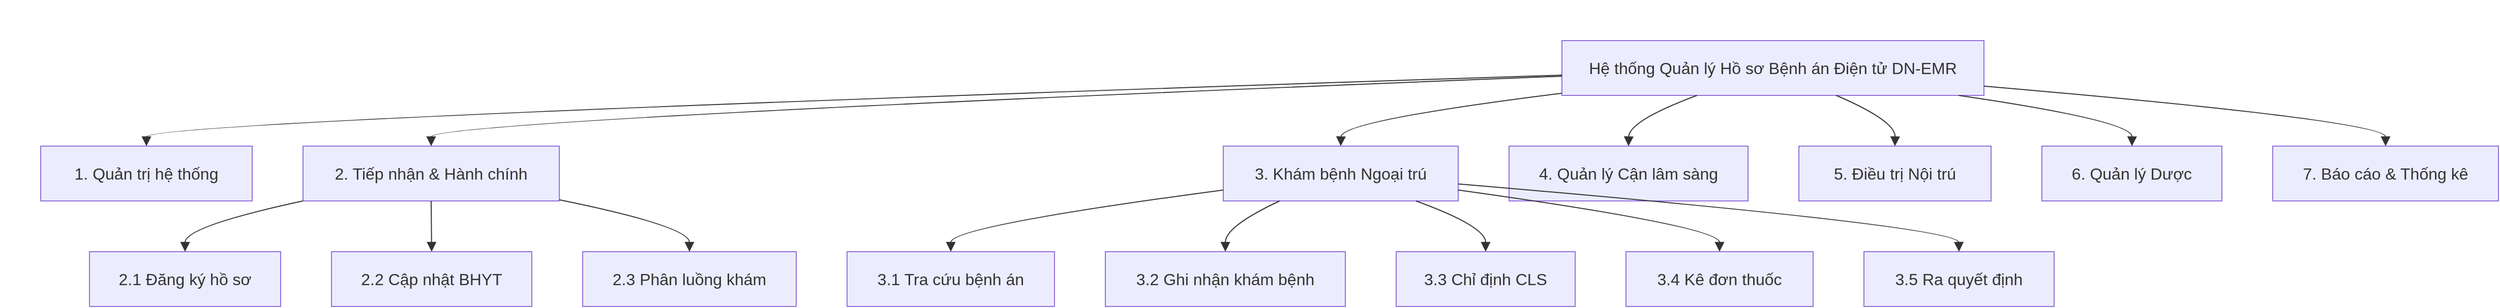
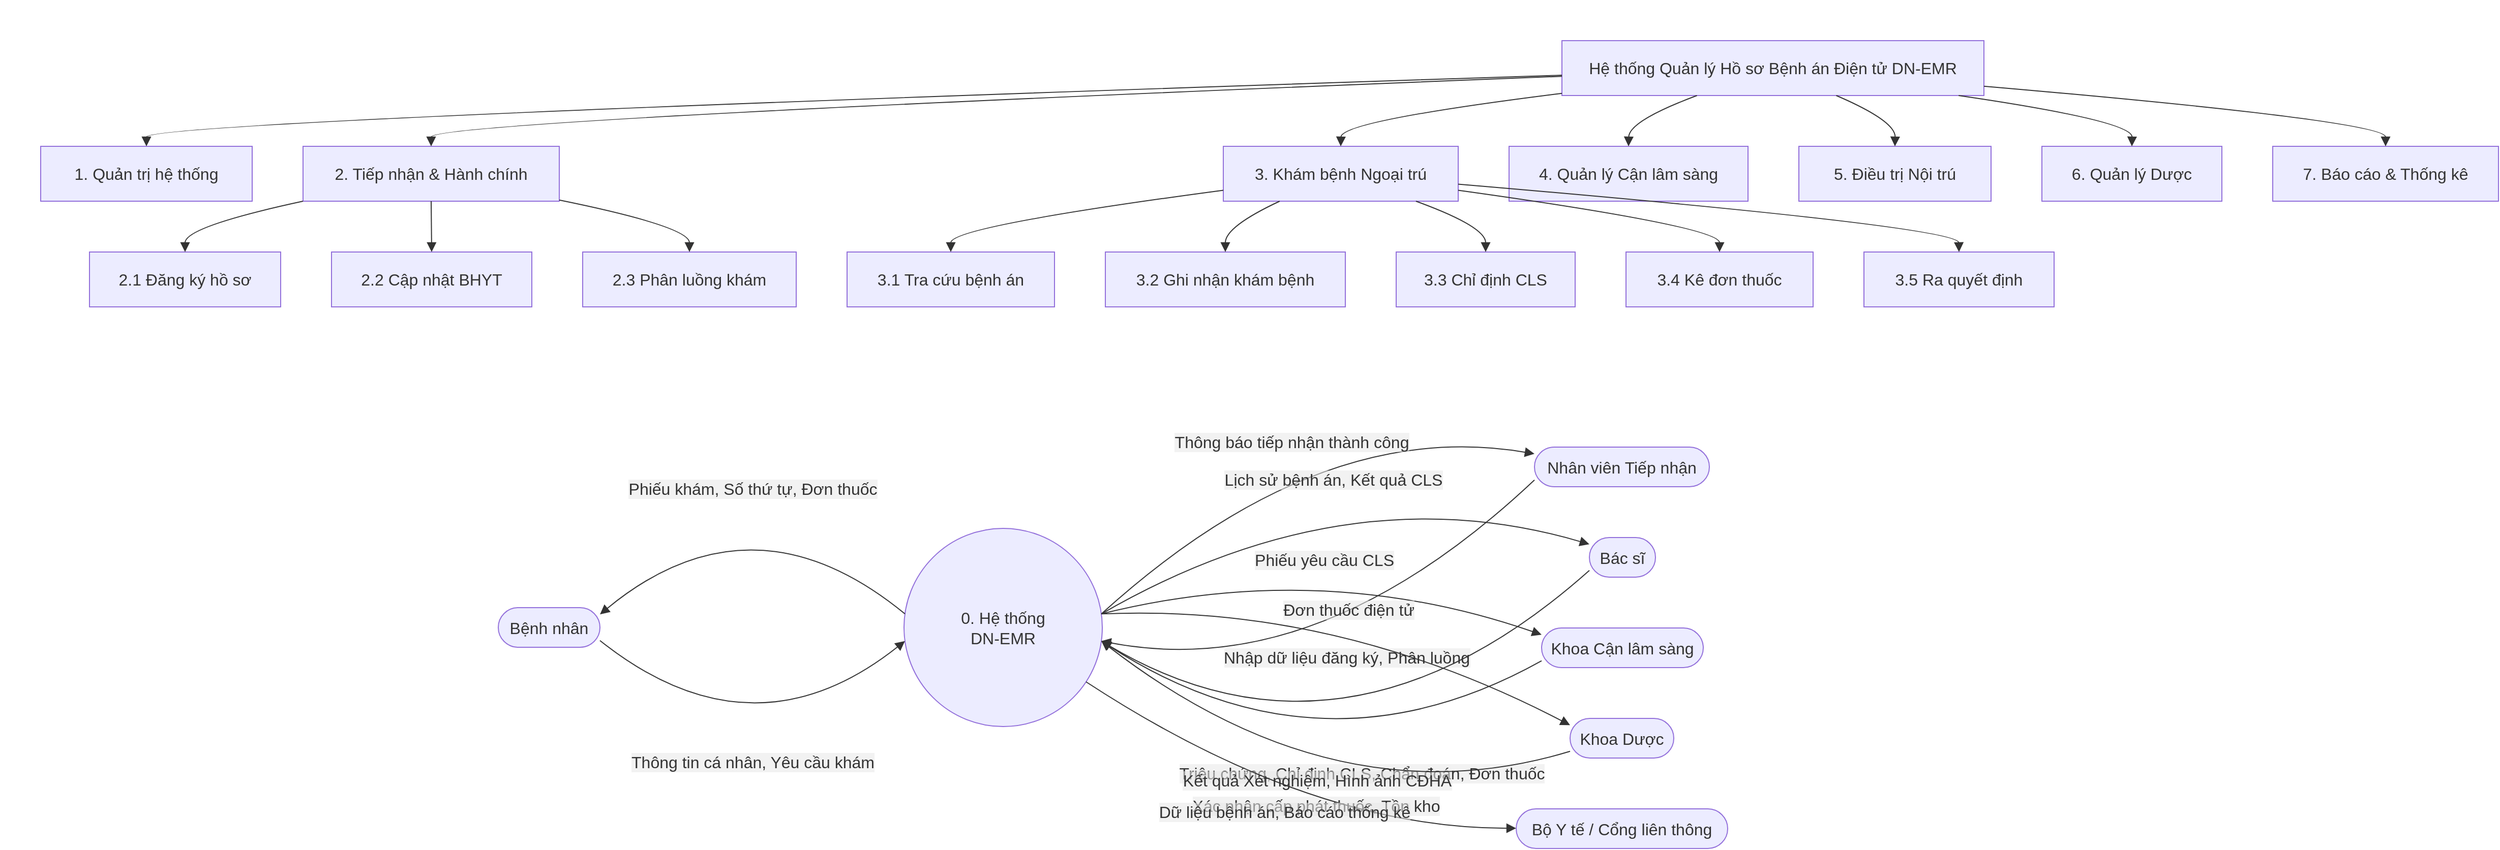
<mxfile host="app.diagrams.net">
  <diagram name="Page-1" id="jMIGeIwhDSONJixaZnDL">
-     <mxGraphModel dx="2971" dy="1611" grid="1" gridSize="10" guides="1" tooltips="1" connect="1" arrows="1" fold="1" page="1" pageScale="1" pageWidth="3300" pageHeight="4681" math="0" shadow="0">
+     <mxGraphModel dx="1733" dy="940" grid="1" gridSize="10" guides="1" tooltips="1" connect="1" arrows="1" fold="1" page="1" pageScale="1" pageWidth="3300" pageHeight="4681" math="0" shadow="0">
      <root>
        <mxCell id="0" />
        <mxCell id="1" parent="0" />
        <UserObject label="" mermaidData="{&#xa;  &quot;data&quot;: &quot;graph TD\n    SYS[Hệ thống Quản lý Hồ sơ Bệnh án Điện tử DN-EMR]\n    \n    SYS --&gt; F1[1. Quản trị hệ thống]\n    SYS --&gt; F2[2. Tiếp nhận &amp; Hành chính]\n    SYS --&gt; F3[3. Khám bệnh Ngoại trú]\n    SYS --&gt; F4[4. Quản lý Cận lâm sàng]\n    SYS --&gt; F5[5. Điều trị Nội trú]\n    SYS --&gt; F6[6. Quản lý Dược]\n    SYS --&gt; F7[7. Báo cáo &amp; Thống kê]\n\n    F2 --&gt; F2_1[2.1 Đăng ký hồ sơ]\n    F2 --&gt; F2_2[2.2 Cập nhật BHYT]\n    F2 --&gt; F2_3[2.3 Phân luồng khám]\n\n    F3 --&gt; F3_1[3.1 Tra cứu bệnh án]\n    F3 --&gt; F3_2[3.2 Ghi nhận khám bệnh]\n    F3 --&gt; F3_3[3.3 Chỉ định CLS]\n    F3 --&gt; F3_4[3.4 Kê đơn thuốc]\n    F3 --&gt; F3_5[3.5 Ra quyết định]&quot;,&#xa;  &quot;config&quot;: null&#xa;}" id="sH86c7_9zUG5XknjbpSq-1">
          <mxCell connectable="0" parent="1" style="group;transparentBounds=1;editIcon=1;lockedGroup=0;groupPadding=20;" vertex="1">
            <mxGeometry as="geometry" />
          </mxCell>
        </UserObject>
        <UserObject label="Hệ thống Quản lý Hồ sơ Bệnh án Điện tử DN-EMR" mermaidId="n:SYS" mermaidBaseStyle="html=1;whiteSpace=wrap;strokeWidth=1;fillColor=light-dark(#ECECFF,#1f2020);strokeColor=light-dark(#9370DB,#cccccc);fontColor=light-dark(#333333,#cccccc);fontFamily=Trebuchet MS,Verdana,Arial,sans-serif;fontSize=16;" mermaidBaseValue="Hệ thống Quản lý Hồ sơ Bệnh án Điện tử DN-EMR" id="sH86c7_9zUG5XknjbpSq-2">
          <mxCell parent="sH86c7_9zUG5XknjbpSq-1" style="html=1;whiteSpace=wrap;strokeWidth=1;fillColor=light-dark(#ECECFF,#1f2020);strokeColor=light-dark(#9370DB,#cccccc);fontColor=light-dark(#333333,#cccccc);fontFamily=Trebuchet MS,Verdana,Arial,sans-serif;fontSize=16;" vertex="1">
            <mxGeometry height="54" width="415" x="1536" y="40" as="geometry" />
          </mxCell>
        </UserObject>
        <UserObject label="1. Quản trị hệ thống" mermaidId="n:F1" mermaidBaseStyle="html=1;whiteSpace=wrap;strokeWidth=1;fillColor=light-dark(#ECECFF,#1f2020);strokeColor=light-dark(#9370DB,#cccccc);fontColor=light-dark(#333333,#cccccc);fontFamily=Trebuchet MS,Verdana,Arial,sans-serif;fontSize=16;" mermaidBaseValue="1. Quản trị hệ thống" id="sH86c7_9zUG5XknjbpSq-3">
          <mxCell parent="sH86c7_9zUG5XknjbpSq-1" style="html=1;whiteSpace=wrap;strokeWidth=1;fillColor=light-dark(#ECECFF,#1f2020);strokeColor=light-dark(#9370DB,#cccccc);fontColor=light-dark(#333333,#cccccc);fontFamily=Trebuchet MS,Verdana,Arial,sans-serif;fontSize=16;" vertex="1">
            <mxGeometry height="54" width="208" x="40" y="144" as="geometry" />
          </mxCell>
        </UserObject>
        <UserObject label="2. Tiếp nhận &amp; Hành chính" mermaidId="n:F2" mermaidBaseStyle="html=1;whiteSpace=wrap;strokeWidth=1;fillColor=light-dark(#ECECFF,#1f2020);strokeColor=light-dark(#9370DB,#cccccc);fontColor=light-dark(#333333,#cccccc);fontFamily=Trebuchet MS,Verdana,Arial,sans-serif;fontSize=16;" mermaidBaseValue="2. Tiếp nhận &amp; Hành chính" id="sH86c7_9zUG5XknjbpSq-4">
          <mxCell parent="sH86c7_9zUG5XknjbpSq-1" style="html=1;whiteSpace=wrap;strokeWidth=1;fillColor=light-dark(#ECECFF,#1f2020);strokeColor=light-dark(#9370DB,#cccccc);fontColor=light-dark(#333333,#cccccc);fontFamily=Trebuchet MS,Verdana,Arial,sans-serif;fontSize=16;" vertex="1">
            <mxGeometry height="54" width="252" x="298" y="144" as="geometry" />
          </mxCell>
        </UserObject>
        <UserObject label="3. Khám bệnh Ngoại trú" mermaidId="n:F3" mermaidBaseStyle="html=1;whiteSpace=wrap;strokeWidth=1;fillColor=light-dark(#ECECFF,#1f2020);strokeColor=light-dark(#9370DB,#cccccc);fontColor=light-dark(#333333,#cccccc);fontFamily=Trebuchet MS,Verdana,Arial,sans-serif;fontSize=16;" mermaidBaseValue="3. Khám bệnh Ngoại trú" id="sH86c7_9zUG5XknjbpSq-5">
          <mxCell parent="sH86c7_9zUG5XknjbpSq-1" style="html=1;whiteSpace=wrap;strokeWidth=1;fillColor=light-dark(#ECECFF,#1f2020);strokeColor=light-dark(#9370DB,#cccccc);fontColor=light-dark(#333333,#cccccc);fontFamily=Trebuchet MS,Verdana,Arial,sans-serif;fontSize=16;" vertex="1">
            <mxGeometry height="54" width="231" x="1203" y="144" as="geometry" />
          </mxCell>
        </UserObject>
        <UserObject label="4. Quản lý Cận lâm sàng" mermaidId="n:F4" mermaidBaseStyle="html=1;whiteSpace=wrap;strokeWidth=1;fillColor=light-dark(#ECECFF,#1f2020);strokeColor=light-dark(#9370DB,#cccccc);fontColor=light-dark(#333333,#cccccc);fontFamily=Trebuchet MS,Verdana,Arial,sans-serif;fontSize=16;" mermaidBaseValue="4. Quản lý Cận lâm sàng" id="sH86c7_9zUG5XknjbpSq-6">
          <mxCell parent="sH86c7_9zUG5XknjbpSq-1" style="html=1;whiteSpace=wrap;strokeWidth=1;fillColor=light-dark(#ECECFF,#1f2020);strokeColor=light-dark(#9370DB,#cccccc);fontColor=light-dark(#333333,#cccccc);fontFamily=Trebuchet MS,Verdana,Arial,sans-serif;fontSize=16;" vertex="1">
            <mxGeometry height="54" width="235" x="1484" y="144" as="geometry" />
          </mxCell>
        </UserObject>
        <UserObject label="5. Điều trị Nội trú" mermaidId="n:F5" mermaidBaseStyle="html=1;whiteSpace=wrap;strokeWidth=1;fillColor=light-dark(#ECECFF,#1f2020);strokeColor=light-dark(#9370DB,#cccccc);fontColor=light-dark(#333333,#cccccc);fontFamily=Trebuchet MS,Verdana,Arial,sans-serif;fontSize=16;" mermaidBaseValue="5. Điều trị Nội trú" id="sH86c7_9zUG5XknjbpSq-7">
          <mxCell parent="sH86c7_9zUG5XknjbpSq-1" style="html=1;whiteSpace=wrap;strokeWidth=1;fillColor=light-dark(#ECECFF,#1f2020);strokeColor=light-dark(#9370DB,#cccccc);fontColor=light-dark(#333333,#cccccc);fontFamily=Trebuchet MS,Verdana,Arial,sans-serif;fontSize=16;" vertex="1">
            <mxGeometry height="54" width="189" x="1769" y="144" as="geometry" />
          </mxCell>
        </UserObject>
        <UserObject label="6. Quản lý Dược" mermaidId="n:F6" mermaidBaseStyle="html=1;whiteSpace=wrap;strokeWidth=1;fillColor=light-dark(#ECECFF,#1f2020);strokeColor=light-dark(#9370DB,#cccccc);fontColor=light-dark(#333333,#cccccc);fontFamily=Trebuchet MS,Verdana,Arial,sans-serif;fontSize=16;" mermaidBaseValue="6. Quản lý Dược" id="sH86c7_9zUG5XknjbpSq-8">
          <mxCell parent="sH86c7_9zUG5XknjbpSq-1" style="html=1;whiteSpace=wrap;strokeWidth=1;fillColor=light-dark(#ECECFF,#1f2020);strokeColor=light-dark(#9370DB,#cccccc);fontColor=light-dark(#333333,#cccccc);fontFamily=Trebuchet MS,Verdana,Arial,sans-serif;fontSize=16;" vertex="1">
            <mxGeometry height="54" width="177" x="2008" y="144" as="geometry" />
          </mxCell>
        </UserObject>
        <UserObject label="7. Báo cáo &amp; Thống kê" mermaidId="n:F7" mermaidBaseStyle="html=1;whiteSpace=wrap;strokeWidth=1;fillColor=light-dark(#ECECFF,#1f2020);strokeColor=light-dark(#9370DB,#cccccc);fontColor=light-dark(#333333,#cccccc);fontFamily=Trebuchet MS,Verdana,Arial,sans-serif;fontSize=16;" mermaidBaseValue="7. Báo cáo &amp; Thống kê" id="sH86c7_9zUG5XknjbpSq-9">
          <mxCell parent="sH86c7_9zUG5XknjbpSq-1" style="html=1;whiteSpace=wrap;strokeWidth=1;fillColor=light-dark(#ECECFF,#1f2020);strokeColor=light-dark(#9370DB,#cccccc);fontColor=light-dark(#333333,#cccccc);fontFamily=Trebuchet MS,Verdana,Arial,sans-serif;fontSize=16;" vertex="1">
            <mxGeometry height="54" width="222" x="2235" y="144" as="geometry" />
          </mxCell>
        </UserObject>
        <UserObject label="2.1 Đăng ký hồ sơ" mermaidId="n:F2_1" mermaidBaseStyle="html=1;whiteSpace=wrap;strokeWidth=1;fillColor=light-dark(#ECECFF,#1f2020);strokeColor=light-dark(#9370DB,#cccccc);fontColor=light-dark(#333333,#cccccc);fontFamily=Trebuchet MS,Verdana,Arial,sans-serif;fontSize=16;" mermaidBaseValue="2.1 Đăng ký hồ sơ" id="sH86c7_9zUG5XknjbpSq-10">
          <mxCell parent="sH86c7_9zUG5XknjbpSq-1" style="html=1;whiteSpace=wrap;strokeWidth=1;fillColor=light-dark(#ECECFF,#1f2020);strokeColor=light-dark(#9370DB,#cccccc);fontColor=light-dark(#333333,#cccccc);fontFamily=Trebuchet MS,Verdana,Arial,sans-serif;fontSize=16;" vertex="1">
            <mxGeometry height="54" width="188" x="88" y="248" as="geometry" />
          </mxCell>
        </UserObject>
        <UserObject label="2.2 Cập nhật BHYT" mermaidId="n:F2_2" mermaidBaseStyle="html=1;whiteSpace=wrap;strokeWidth=1;fillColor=light-dark(#ECECFF,#1f2020);strokeColor=light-dark(#9370DB,#cccccc);fontColor=light-dark(#333333,#cccccc);fontFamily=Trebuchet MS,Verdana,Arial,sans-serif;fontSize=16;" mermaidBaseValue="2.2 Cập nhật BHYT" id="sH86c7_9zUG5XknjbpSq-11">
          <mxCell parent="sH86c7_9zUG5XknjbpSq-1" style="html=1;whiteSpace=wrap;strokeWidth=1;fillColor=light-dark(#ECECFF,#1f2020);strokeColor=light-dark(#9370DB,#cccccc);fontColor=light-dark(#333333,#cccccc);fontFamily=Trebuchet MS,Verdana,Arial,sans-serif;fontSize=16;" vertex="1">
            <mxGeometry height="54" width="197" x="326" y="248" as="geometry" />
          </mxCell>
        </UserObject>
        <UserObject label="2.3 Phân luồng khám" mermaidId="n:F2_3" mermaidBaseStyle="html=1;whiteSpace=wrap;strokeWidth=1;fillColor=light-dark(#ECECFF,#1f2020);strokeColor=light-dark(#9370DB,#cccccc);fontColor=light-dark(#333333,#cccccc);fontFamily=Trebuchet MS,Verdana,Arial,sans-serif;fontSize=16;" mermaidBaseValue="2.3 Phân luồng khám" id="sH86c7_9zUG5XknjbpSq-12">
          <mxCell parent="sH86c7_9zUG5XknjbpSq-1" style="html=1;whiteSpace=wrap;strokeWidth=1;fillColor=light-dark(#ECECFF,#1f2020);strokeColor=light-dark(#9370DB,#cccccc);fontColor=light-dark(#333333,#cccccc);fontFamily=Trebuchet MS,Verdana,Arial,sans-serif;fontSize=16;" vertex="1">
            <mxGeometry height="54" width="210" x="573" y="248" as="geometry" />
          </mxCell>
        </UserObject>
        <UserObject label="3.1 Tra cứu bệnh án" mermaidId="n:F3_1" mermaidBaseStyle="html=1;whiteSpace=wrap;strokeWidth=1;fillColor=light-dark(#ECECFF,#1f2020);strokeColor=light-dark(#9370DB,#cccccc);fontColor=light-dark(#333333,#cccccc);fontFamily=Trebuchet MS,Verdana,Arial,sans-serif;fontSize=16;" mermaidBaseValue="3.1 Tra cứu bệnh án" id="sH86c7_9zUG5XknjbpSq-13">
          <mxCell parent="sH86c7_9zUG5XknjbpSq-1" style="html=1;whiteSpace=wrap;strokeWidth=1;fillColor=light-dark(#ECECFF,#1f2020);strokeColor=light-dark(#9370DB,#cccccc);fontColor=light-dark(#333333,#cccccc);fontFamily=Trebuchet MS,Verdana,Arial,sans-serif;fontSize=16;" vertex="1">
            <mxGeometry height="54" width="204" x="833" y="248" as="geometry" />
          </mxCell>
        </UserObject>
        <UserObject label="3.2 Ghi nhận khám bệnh" mermaidId="n:F3_2" mermaidBaseStyle="html=1;whiteSpace=wrap;strokeWidth=1;fillColor=light-dark(#ECECFF,#1f2020);strokeColor=light-dark(#9370DB,#cccccc);fontColor=light-dark(#333333,#cccccc);fontFamily=Trebuchet MS,Verdana,Arial,sans-serif;fontSize=16;" mermaidBaseValue="3.2 Ghi nhận khám bệnh" id="sH86c7_9zUG5XknjbpSq-14">
          <mxCell parent="sH86c7_9zUG5XknjbpSq-1" style="html=1;whiteSpace=wrap;strokeWidth=1;fillColor=light-dark(#ECECFF,#1f2020);strokeColor=light-dark(#9370DB,#cccccc);fontColor=light-dark(#333333,#cccccc);fontFamily=Trebuchet MS,Verdana,Arial,sans-serif;fontSize=16;" vertex="1">
            <mxGeometry height="54" width="236" x="1087" y="248" as="geometry" />
          </mxCell>
        </UserObject>
        <UserObject label="3.3 Chỉ định CLS" mermaidId="n:F3_3" mermaidBaseStyle="html=1;whiteSpace=wrap;strokeWidth=1;fillColor=light-dark(#ECECFF,#1f2020);strokeColor=light-dark(#9370DB,#cccccc);fontColor=light-dark(#333333,#cccccc);fontFamily=Trebuchet MS,Verdana,Arial,sans-serif;fontSize=16;" mermaidBaseValue="3.3 Chỉ định CLS" id="sH86c7_9zUG5XknjbpSq-15">
          <mxCell parent="sH86c7_9zUG5XknjbpSq-1" style="html=1;whiteSpace=wrap;strokeWidth=1;fillColor=light-dark(#ECECFF,#1f2020);strokeColor=light-dark(#9370DB,#cccccc);fontColor=light-dark(#333333,#cccccc);fontFamily=Trebuchet MS,Verdana,Arial,sans-serif;fontSize=16;" vertex="1">
            <mxGeometry height="54" width="176" x="1373" y="248" as="geometry" />
          </mxCell>
        </UserObject>
        <UserObject label="3.4 Kê đơn thuốc" mermaidId="n:F3_4" mermaidBaseStyle="html=1;whiteSpace=wrap;strokeWidth=1;fillColor=light-dark(#ECECFF,#1f2020);strokeColor=light-dark(#9370DB,#cccccc);fontColor=light-dark(#333333,#cccccc);fontFamily=Trebuchet MS,Verdana,Arial,sans-serif;fontSize=16;" mermaidBaseValue="3.4 Kê đơn thuốc" id="sH86c7_9zUG5XknjbpSq-16">
          <mxCell parent="sH86c7_9zUG5XknjbpSq-1" style="html=1;whiteSpace=wrap;strokeWidth=1;fillColor=light-dark(#ECECFF,#1f2020);strokeColor=light-dark(#9370DB,#cccccc);fontColor=light-dark(#333333,#cccccc);fontFamily=Trebuchet MS,Verdana,Arial,sans-serif;fontSize=16;" vertex="1">
            <mxGeometry height="54" width="184" x="1599" y="248" as="geometry" />
          </mxCell>
        </UserObject>
        <UserObject label="3.5 Ra quyết định" mermaidId="n:F3_5" mermaidBaseStyle="html=1;whiteSpace=wrap;strokeWidth=1;fillColor=light-dark(#ECECFF,#1f2020);strokeColor=light-dark(#9370DB,#cccccc);fontColor=light-dark(#333333,#cccccc);fontFamily=Trebuchet MS,Verdana,Arial,sans-serif;fontSize=16;" mermaidBaseValue="3.5 Ra quyết định" id="sH86c7_9zUG5XknjbpSq-17">
          <mxCell parent="sH86c7_9zUG5XknjbpSq-1" style="html=1;whiteSpace=wrap;strokeWidth=1;fillColor=light-dark(#ECECFF,#1f2020);strokeColor=light-dark(#9370DB,#cccccc);fontColor=light-dark(#333333,#cccccc);fontFamily=Trebuchet MS,Verdana,Arial,sans-serif;fontSize=16;" vertex="1">
            <mxGeometry height="54" width="187" x="1833" y="248" as="geometry" />
          </mxCell>
        </UserObject>
        <UserObject label="" mermaidId="e:SYS-&gt;F1#0" mermaidBaseStyle="curved=1;startArrow=none;endArrow=block;endSize=7;strokeColor=light-dark(#333333,#cccccc);exitX=0;exitY=0.63;entryX=0.5;entryY=0;" mermaidBaseValue="" id="sH86c7_9zUG5XknjbpSq-18">
          <mxCell edge="1" parent="sH86c7_9zUG5XknjbpSq-1" source="sH86c7_9zUG5XknjbpSq-2" style="curved=1;startArrow=none;endArrow=block;endSize=7;strokeColor=light-dark(#333333,#cccccc);exitX=0;exitY=0.63;entryX=0.5;entryY=0;rounded=0;" target="sH86c7_9zUG5XknjbpSq-3">
            <mxGeometry relative="1" as="geometry">
              <Array as="points">
                <mxPoint x="144" y="119" />
              </Array>
            </mxGeometry>
          </mxCell>
        </UserObject>
        <UserObject label="" mermaidId="e:SYS-&gt;F2#0" mermaidBaseStyle="curved=1;startArrow=none;endArrow=block;endSize=7;strokeColor=light-dark(#333333,#cccccc);exitX=0;exitY=0.65;entryX=0.5;entryY=0;" mermaidBaseValue="" id="sH86c7_9zUG5XknjbpSq-19">
          <mxCell edge="1" parent="sH86c7_9zUG5XknjbpSq-1" source="sH86c7_9zUG5XknjbpSq-2" style="curved=1;startArrow=none;endArrow=block;endSize=7;strokeColor=light-dark(#333333,#cccccc);exitX=0;exitY=0.65;entryX=0.5;entryY=0;rounded=0;" target="sH86c7_9zUG5XknjbpSq-4">
            <mxGeometry relative="1" as="geometry">
              <Array as="points">
                <mxPoint x="424" y="119" />
              </Array>
            </mxGeometry>
          </mxCell>
        </UserObject>
        <UserObject label="" mermaidId="e:SYS-&gt;F3#0" mermaidBaseStyle="curved=1;startArrow=none;endArrow=block;endSize=7;strokeColor=light-dark(#333333,#cccccc);exitX=0;exitY=0.96;entryX=0.5;entryY=0;" mermaidBaseValue="" id="sH86c7_9zUG5XknjbpSq-20">
          <mxCell edge="1" parent="sH86c7_9zUG5XknjbpSq-1" source="sH86c7_9zUG5XknjbpSq-2" style="curved=1;startArrow=none;endArrow=block;endSize=7;strokeColor=light-dark(#333333,#cccccc);exitX=0;exitY=0.96;entryX=0.5;entryY=0;rounded=0;" target="sH86c7_9zUG5XknjbpSq-5">
            <mxGeometry relative="1" as="geometry">
              <Array as="points">
                <mxPoint x="1319" y="119" />
              </Array>
            </mxGeometry>
          </mxCell>
        </UserObject>
        <UserObject label="" mermaidId="e:SYS-&gt;F4#0" mermaidBaseStyle="curved=1;startArrow=none;endArrow=block;endSize=7;strokeColor=light-dark(#333333,#cccccc);exitX=0.32;exitY=1;entryX=0.5;entryY=0;" mermaidBaseValue="" id="sH86c7_9zUG5XknjbpSq-21">
          <mxCell edge="1" parent="sH86c7_9zUG5XknjbpSq-1" source="sH86c7_9zUG5XknjbpSq-2" style="curved=1;startArrow=none;endArrow=block;endSize=7;strokeColor=light-dark(#333333,#cccccc);exitX=0.32;exitY=1;entryX=0.5;entryY=0;rounded=0;" target="sH86c7_9zUG5XknjbpSq-6">
            <mxGeometry relative="1" as="geometry">
              <Array as="points">
                <mxPoint x="1602" y="119" />
              </Array>
            </mxGeometry>
          </mxCell>
        </UserObject>
        <UserObject label="" mermaidId="e:SYS-&gt;F5#0" mermaidBaseStyle="curved=1;startArrow=none;endArrow=block;endSize=7;strokeColor=light-dark(#333333,#cccccc);exitX=0.65;exitY=1;entryX=0.5;entryY=0;" mermaidBaseValue="" id="sH86c7_9zUG5XknjbpSq-22">
          <mxCell edge="1" parent="sH86c7_9zUG5XknjbpSq-1" source="sH86c7_9zUG5XknjbpSq-2" style="curved=1;startArrow=none;endArrow=block;endSize=7;strokeColor=light-dark(#333333,#cccccc);exitX=0.65;exitY=1;entryX=0.5;entryY=0;rounded=0;" target="sH86c7_9zUG5XknjbpSq-7">
            <mxGeometry relative="1" as="geometry">
              <Array as="points">
                <mxPoint x="1864" y="119" />
              </Array>
            </mxGeometry>
          </mxCell>
        </UserObject>
        <UserObject label="" mermaidId="e:SYS-&gt;F6#0" mermaidBaseStyle="curved=1;startArrow=none;endArrow=block;endSize=7;strokeColor=light-dark(#333333,#cccccc);exitX=0.94;exitY=1;entryX=0.5;entryY=0;" mermaidBaseValue="" id="sH86c7_9zUG5XknjbpSq-23">
          <mxCell edge="1" parent="sH86c7_9zUG5XknjbpSq-1" source="sH86c7_9zUG5XknjbpSq-2" style="curved=1;startArrow=none;endArrow=block;endSize=7;strokeColor=light-dark(#333333,#cccccc);exitX=0.94;exitY=1;entryX=0.5;entryY=0;rounded=0;" target="sH86c7_9zUG5XknjbpSq-8">
            <mxGeometry relative="1" as="geometry">
              <Array as="points">
                <mxPoint x="2097" y="119" />
              </Array>
            </mxGeometry>
          </mxCell>
        </UserObject>
        <UserObject label="" mermaidId="e:SYS-&gt;F7#0" mermaidBaseStyle="curved=1;startArrow=none;endArrow=block;endSize=7;strokeColor=light-dark(#333333,#cccccc);exitX=1;exitY=0.83;entryX=0.5;entryY=0;" mermaidBaseValue="" id="sH86c7_9zUG5XknjbpSq-24">
          <mxCell edge="1" parent="sH86c7_9zUG5XknjbpSq-1" source="sH86c7_9zUG5XknjbpSq-2" style="curved=1;startArrow=none;endArrow=block;endSize=7;strokeColor=light-dark(#333333,#cccccc);exitX=1;exitY=0.83;entryX=0.5;entryY=0;rounded=0;" target="sH86c7_9zUG5XknjbpSq-9">
            <mxGeometry relative="1" as="geometry">
              <Array as="points">
                <mxPoint x="2346" y="119" />
              </Array>
            </mxGeometry>
          </mxCell>
        </UserObject>
        <UserObject label="" mermaidId="e:F2-&gt;F2_1#0" mermaidBaseStyle="curved=1;startArrow=none;endArrow=block;endSize=7;strokeColor=light-dark(#333333,#cccccc);exitX=0;exitY=1;entryX=0.5;entryY=0;" mermaidBaseValue="" id="sH86c7_9zUG5XknjbpSq-25">
          <mxCell edge="1" parent="sH86c7_9zUG5XknjbpSq-1" source="sH86c7_9zUG5XknjbpSq-4" style="curved=1;startArrow=none;endArrow=block;endSize=7;strokeColor=light-dark(#333333,#cccccc);exitX=0;exitY=1;entryX=0.5;entryY=0;rounded=0;" target="sH86c7_9zUG5XknjbpSq-10">
            <mxGeometry relative="1" as="geometry">
              <Array as="points">
                <mxPoint x="182" y="223" />
              </Array>
            </mxGeometry>
          </mxCell>
        </UserObject>
        <UserObject label="" mermaidId="e:F2-&gt;F2_2#0" mermaidBaseStyle="curved=1;startArrow=none;endArrow=block;endSize=7;strokeColor=light-dark(#333333,#cccccc);exitX=0.5;exitY=1;entryX=0.5;entryY=0;" mermaidBaseValue="" id="sH86c7_9zUG5XknjbpSq-26">
          <mxCell edge="1" parent="sH86c7_9zUG5XknjbpSq-1" source="sH86c7_9zUG5XknjbpSq-4" style="curved=1;startArrow=none;endArrow=block;endSize=7;strokeColor=light-dark(#333333,#cccccc);exitX=0.5;exitY=1;entryX=0.5;entryY=0;rounded=0;" target="sH86c7_9zUG5XknjbpSq-11">
            <mxGeometry relative="1" as="geometry">
              <Array as="points" />
            </mxGeometry>
          </mxCell>
        </UserObject>
        <UserObject label="" mermaidId="e:F2-&gt;F2_3#0" mermaidBaseStyle="curved=1;startArrow=none;endArrow=block;endSize=7;strokeColor=light-dark(#333333,#cccccc);exitX=1;exitY=0.98;entryX=0.5;entryY=0;" mermaidBaseValue="" id="sH86c7_9zUG5XknjbpSq-27">
          <mxCell edge="1" parent="sH86c7_9zUG5XknjbpSq-1" source="sH86c7_9zUG5XknjbpSq-4" style="curved=1;startArrow=none;endArrow=block;endSize=7;strokeColor=light-dark(#333333,#cccccc);exitX=1;exitY=0.98;entryX=0.5;entryY=0;rounded=0;" target="sH86c7_9zUG5XknjbpSq-12">
            <mxGeometry relative="1" as="geometry">
              <Array as="points">
                <mxPoint x="678" y="223" />
              </Array>
            </mxGeometry>
          </mxCell>
        </UserObject>
        <UserObject label="" mermaidId="e:F3-&gt;F3_1#0" mermaidBaseStyle="curved=1;startArrow=none;endArrow=block;endSize=7;strokeColor=light-dark(#333333,#cccccc);exitX=0;exitY=0.8;entryX=0.5;entryY=0;" mermaidBaseValue="" id="sH86c7_9zUG5XknjbpSq-28">
          <mxCell edge="1" parent="sH86c7_9zUG5XknjbpSq-1" source="sH86c7_9zUG5XknjbpSq-5" style="curved=1;startArrow=none;endArrow=block;endSize=7;strokeColor=light-dark(#333333,#cccccc);exitX=0;exitY=0.8;entryX=0.5;entryY=0;rounded=0;" target="sH86c7_9zUG5XknjbpSq-13">
            <mxGeometry relative="1" as="geometry">
              <Array as="points">
                <mxPoint x="935" y="223" />
              </Array>
            </mxGeometry>
          </mxCell>
        </UserObject>
        <UserObject label="" mermaidId="e:F3-&gt;F3_2#0" mermaidBaseStyle="curved=1;startArrow=none;endArrow=block;endSize=7;strokeColor=light-dark(#333333,#cccccc);exitX=0.24;exitY=1;entryX=0.5;entryY=0;" mermaidBaseValue="" id="sH86c7_9zUG5XknjbpSq-29">
          <mxCell edge="1" parent="sH86c7_9zUG5XknjbpSq-1" source="sH86c7_9zUG5XknjbpSq-5" style="curved=1;startArrow=none;endArrow=block;endSize=7;strokeColor=light-dark(#333333,#cccccc);exitX=0.24;exitY=1;entryX=0.5;entryY=0;rounded=0;" target="sH86c7_9zUG5XknjbpSq-14">
            <mxGeometry relative="1" as="geometry">
              <Array as="points">
                <mxPoint x="1205" y="223" />
              </Array>
            </mxGeometry>
          </mxCell>
        </UserObject>
        <UserObject label="" mermaidId="e:F3-&gt;F3_3#0" mermaidBaseStyle="curved=1;startArrow=none;endArrow=block;endSize=7;strokeColor=light-dark(#333333,#cccccc);exitX=0.82;exitY=1;entryX=0.5;entryY=0;" mermaidBaseValue="" id="sH86c7_9zUG5XknjbpSq-30">
          <mxCell edge="1" parent="sH86c7_9zUG5XknjbpSq-1" source="sH86c7_9zUG5XknjbpSq-5" style="curved=1;startArrow=none;endArrow=block;endSize=7;strokeColor=light-dark(#333333,#cccccc);exitX=0.82;exitY=1;entryX=0.5;entryY=0;rounded=0;" target="sH86c7_9zUG5XknjbpSq-15">
            <mxGeometry relative="1" as="geometry">
              <Array as="points">
                <mxPoint x="1461" y="223" />
              </Array>
            </mxGeometry>
          </mxCell>
        </UserObject>
        <UserObject label="" mermaidId="e:F3-&gt;F3_4#0" mermaidBaseStyle="curved=1;startArrow=none;endArrow=block;endSize=7;strokeColor=light-dark(#333333,#cccccc);exitX=1;exitY=0.8;entryX=0.5;entryY=0;" mermaidBaseValue="" id="sH86c7_9zUG5XknjbpSq-31">
          <mxCell edge="1" parent="sH86c7_9zUG5XknjbpSq-1" source="sH86c7_9zUG5XknjbpSq-5" style="curved=1;startArrow=none;endArrow=block;endSize=7;strokeColor=light-dark(#333333,#cccccc);exitX=1;exitY=0.8;entryX=0.5;entryY=0;rounded=0;" target="sH86c7_9zUG5XknjbpSq-16">
            <mxGeometry relative="1" as="geometry">
              <Array as="points">
                <mxPoint x="1691" y="223" />
              </Array>
            </mxGeometry>
          </mxCell>
        </UserObject>
        <UserObject label="" mermaidId="e:F3-&gt;F3_5#0" mermaidBaseStyle="curved=1;startArrow=none;endArrow=block;endSize=7;strokeColor=light-dark(#333333,#cccccc);exitX=1;exitY=0.69;entryX=0.5;entryY=0;" mermaidBaseValue="" id="sH86c7_9zUG5XknjbpSq-32">
          <mxCell edge="1" parent="sH86c7_9zUG5XknjbpSq-1" source="sH86c7_9zUG5XknjbpSq-5" style="curved=1;startArrow=none;endArrow=block;endSize=7;strokeColor=light-dark(#333333,#cccccc);exitX=1;exitY=0.69;entryX=0.5;entryY=0;rounded=0;" target="sH86c7_9zUG5XknjbpSq-17">
            <mxGeometry relative="1" as="geometry">
              <Array as="points">
                <mxPoint x="1926" y="223" />
              </Array>
            </mxGeometry>
          </mxCell>
        </UserObject>
+         <UserObject label="" mermaidData="{&#xa;  &quot;data&quot;: &quot;flowchart LR\n    BN([Bệnh nhân])\n    BYT([Bộ Y tế / Cổng liên thông])\n    NVTN([Nhân viên Tiếp nhận])\n    BS([Bác sĩ])\n    CLS([Khoa Cận lâm sàng])\n    KD([Khoa Dược])\n\n    SYS((0. Hệ thống \\n DN-EMR))\n\n    %% Bệnh nhân\n    BN --&gt;|Thông tin cá nhân, Yêu cầu khám| SYS\n    SYS --&gt;|Phiếu khám, Số thứ tự, Đơn thuốc| BN\n\n    %% NV Tiếp nhận\n    NVTN --&gt;|Nhập dữ liệu đăng ký, Phân luồng| SYS\n    SYS --&gt;|Thông báo tiếp nhận thành công| NVTN\n\n    %% Bác sĩ\n    BS --&gt;|Triệu chứng, Chỉ định CLS, Chẩn đoán, Đơn thuốc| SYS\n    SYS --&gt;|Lịch sử bệnh án, Kết quả CLS| BS\n\n    %% Cận lâm sàng\n    CLS --&gt;|Kết quả Xét nghiệm, Hình ảnh CĐHA| SYS\n    SYS --&gt;|Phiếu yêu cầu CLS| CLS\n\n    %% Khoa Dược\n    KD --&gt;|Xác nhận cấp phát thuốc, Tồn kho| SYS\n    SYS --&gt;|Đơn thuốc điện tử| KD\n\n    %% Bộ Y tế\n    SYS --&gt;|Dữ liệu bệnh án, Báo cáo thống kê| BYT&quot;,&#xa;  &quot;config&quot;: null&#xa;}" id="tqPUegxz4M0RNKwFYL7P-1">
+           <mxCell connectable="0" parent="1" style="group;transparentBounds=1;editIcon=1;lockedGroup=0;groupPadding=20;" vertex="1">
+             <mxGeometry as="geometry" />
+           </mxCell>
+         </UserObject>
+         <UserObject label="Bệnh nhân" mermaidId="n:BN" mermaidBaseStyle="html=1;rounded=1;whiteSpace=wrap;arcSize=50;strokeWidth=1;fillColor=light-dark(#ECECFF,#1f2020);strokeColor=light-dark(#9370DB,#cccccc);fontColor=light-dark(#333333,#cccccc);fontFamily=Trebuchet MS,Verdana,Arial,sans-serif;fontSize=16;" mermaidBaseValue="Bệnh nhân" id="tqPUegxz4M0RNKwFYL7P-2">
+           <mxCell parent="tqPUegxz4M0RNKwFYL7P-1" style="html=1;rounded=1;whiteSpace=wrap;arcSize=50;strokeWidth=1;fillColor=light-dark(#ECECFF,#1f2020);strokeColor=light-dark(#9370DB,#cccccc);fontColor=light-dark(#333333,#cccccc);fontFamily=Trebuchet MS,Verdana,Arial,sans-serif;fontSize=16;" vertex="1">
+             <mxGeometry height="39" width="100" x="490" y="598" as="geometry" />
+           </mxCell>
+         </UserObject>
+         <UserObject label="Bộ Y tế / Cổng liên thông" mermaidId="n:BYT" mermaidBaseStyle="html=1;rounded=1;whiteSpace=wrap;arcSize=50;strokeWidth=1;fillColor=light-dark(#ECECFF,#1f2020);strokeColor=light-dark(#9370DB,#cccccc);fontColor=light-dark(#333333,#cccccc);fontFamily=Trebuchet MS,Verdana,Arial,sans-serif;fontSize=16;" mermaidBaseValue="Bộ Y tế / Cổng liên thông" id="tqPUegxz4M0RNKwFYL7P-3">
+           <mxCell parent="tqPUegxz4M0RNKwFYL7P-1" style="html=1;rounded=1;whiteSpace=wrap;arcSize=50;strokeWidth=1;fillColor=light-dark(#ECECFF,#1f2020);strokeColor=light-dark(#9370DB,#cccccc);fontColor=light-dark(#333333,#cccccc);fontFamily=Trebuchet MS,Verdana,Arial,sans-serif;fontSize=16;" vertex="1">
+             <mxGeometry height="39" width="208" x="1491" y="796" as="geometry" />
+           </mxCell>
+         </UserObject>
+         <UserObject label="Nhân viên Tiếp nhận" mermaidId="n:NVTN" mermaidBaseStyle="html=1;rounded=1;whiteSpace=wrap;arcSize=50;strokeWidth=1;fillColor=light-dark(#ECECFF,#1f2020);strokeColor=light-dark(#9370DB,#cccccc);fontColor=light-dark(#333333,#cccccc);fontFamily=Trebuchet MS,Verdana,Arial,sans-serif;fontSize=16;" mermaidBaseValue="Nhân viên Tiếp nhận" id="tqPUegxz4M0RNKwFYL7P-4">
+           <mxCell parent="tqPUegxz4M0RNKwFYL7P-1" style="html=1;rounded=1;whiteSpace=wrap;arcSize=50;strokeWidth=1;fillColor=light-dark(#ECECFF,#1f2020);strokeColor=light-dark(#9370DB,#cccccc);fontColor=light-dark(#333333,#cccccc);fontFamily=Trebuchet MS,Verdana,Arial,sans-serif;fontSize=16;" vertex="1">
+             <mxGeometry height="39" width="172" x="1509" y="440" as="geometry" />
+           </mxCell>
+         </UserObject>
+         <UserObject label="Bác sĩ" mermaidId="n:BS" mermaidBaseStyle="html=1;rounded=1;whiteSpace=wrap;arcSize=50;strokeWidth=1;fillColor=light-dark(#ECECFF,#1f2020);strokeColor=light-dark(#9370DB,#cccccc);fontColor=light-dark(#333333,#cccccc);fontFamily=Trebuchet MS,Verdana,Arial,sans-serif;fontSize=16;" mermaidBaseValue="Bác sĩ" id="tqPUegxz4M0RNKwFYL7P-5">
+           <mxCell parent="tqPUegxz4M0RNKwFYL7P-1" style="html=1;rounded=1;whiteSpace=wrap;arcSize=50;strokeWidth=1;fillColor=light-dark(#ECECFF,#1f2020);strokeColor=light-dark(#9370DB,#cccccc);fontColor=light-dark(#333333,#cccccc);fontFamily=Trebuchet MS,Verdana,Arial,sans-serif;fontSize=16;" vertex="1">
+             <mxGeometry height="39" width="65" x="1563" y="529" as="geometry" />
+           </mxCell>
+         </UserObject>
+         <UserObject label="Khoa Cận lâm sàng" mermaidId="n:CLS" mermaidBaseStyle="html=1;rounded=1;whiteSpace=wrap;arcSize=50;strokeWidth=1;fillColor=light-dark(#ECECFF,#1f2020);strokeColor=light-dark(#9370DB,#cccccc);fontColor=light-dark(#333333,#cccccc);fontFamily=Trebuchet MS,Verdana,Arial,sans-serif;fontSize=16;" mermaidBaseValue="Khoa Cận lâm sàng" id="tqPUegxz4M0RNKwFYL7P-6">
+           <mxCell parent="tqPUegxz4M0RNKwFYL7P-1" style="html=1;rounded=1;whiteSpace=wrap;arcSize=50;strokeWidth=1;fillColor=light-dark(#ECECFF,#1f2020);strokeColor=light-dark(#9370DB,#cccccc);fontColor=light-dark(#333333,#cccccc);fontFamily=Trebuchet MS,Verdana,Arial,sans-serif;fontSize=16;" vertex="1">
+             <mxGeometry height="39" width="159" x="1516" y="618" as="geometry" />
+           </mxCell>
+         </UserObject>
+         <UserObject label="Khoa Dược" mermaidId="n:KD" mermaidBaseStyle="html=1;rounded=1;whiteSpace=wrap;arcSize=50;strokeWidth=1;fillColor=light-dark(#ECECFF,#1f2020);strokeColor=light-dark(#9370DB,#cccccc);fontColor=light-dark(#333333,#cccccc);fontFamily=Trebuchet MS,Verdana,Arial,sans-serif;fontSize=16;" mermaidBaseValue="Khoa Dược" id="tqPUegxz4M0RNKwFYL7P-7">
+           <mxCell parent="tqPUegxz4M0RNKwFYL7P-1" style="html=1;rounded=1;whiteSpace=wrap;arcSize=50;strokeWidth=1;fillColor=light-dark(#ECECFF,#1f2020);strokeColor=light-dark(#9370DB,#cccccc);fontColor=light-dark(#333333,#cccccc);fontFamily=Trebuchet MS,Verdana,Arial,sans-serif;fontSize=16;" vertex="1">
+             <mxGeometry height="39" width="102" x="1544" y="707" as="geometry" />
+           </mxCell>
+         </UserObject>
+         <UserObject label="0. Hệ thống&#xa;DN-EMR" mermaidId="n:SYS" mermaidBaseStyle="ellipse;html=1;aspect=fixed;strokeWidth=1;whiteSpace=wrap;fillColor=light-dark(#ECECFF,#1f2020);strokeColor=light-dark(#9370DB,#cccccc);fontColor=light-dark(#333333,#cccccc);fontFamily=Trebuchet MS,Verdana,Arial,sans-serif;fontSize=16;" mermaidBaseValue="0. Hệ thống&#xa;DN-EMR" id="tqPUegxz4M0RNKwFYL7P-8">
+           <mxCell parent="tqPUegxz4M0RNKwFYL7P-1" style="ellipse;html=1;aspect=fixed;strokeWidth=1;whiteSpace=wrap;fillColor=light-dark(#ECECFF,#1f2020);strokeColor=light-dark(#9370DB,#cccccc);fontColor=light-dark(#333333,#cccccc);fontFamily=Trebuchet MS,Verdana,Arial,sans-serif;fontSize=16;" vertex="1">
+             <mxGeometry height="195" width="195" x="889" y="520" as="geometry" />
+           </mxCell>
+         </UserObject>
+         <UserObject label="Thông tin cá nhân, Yêu cầu khám" mermaidId="e:BN-&gt;SYS#0" mermaidBaseStyle="curved=1;startArrow=none;endArrow=block;endSize=7;strokeColor=light-dark(#333333,#cccccc);html=1;fontSize=16;labelBackgroundColor=light-dark(#E8E8E88D,#2a2a2a8D);fontFamily=Trebuchet MS,Verdana,Arial,sans-serif;fontColor=light-dark(#333333,#cccccc);exitX=1;exitY=0.8333333333333333;exitDx=0;exitDy=0;entryX=0;entryY=0.5666666666666667;entryDx=0;entryDy=0;curved=1;exitX=1;exitY=0.83;entryX=0;entryY=0.57;" mermaidBaseValue="Thông tin cá nhân, Yêu cầu khám" id="tqPUegxz4M0RNKwFYL7P-9">
+           <mxCell edge="1" parent="tqPUegxz4M0RNKwFYL7P-1" source="tqPUegxz4M0RNKwFYL7P-2" style="curved=1;startArrow=none;endArrow=block;endSize=7;strokeColor=light-dark(#333333,#cccccc);html=1;fontSize=16;labelBackgroundColor=light-dark(#E8E8E88D,#2a2a2a8D);fontFamily=Trebuchet MS,Verdana,Arial,sans-serif;fontColor=light-dark(#333333,#cccccc);exitX=1;exitY=0.83;exitDx=0;exitDy=0;entryX=0;entryY=0.57;entryDx=0;entryDy=0;rounded=0;" target="tqPUegxz4M0RNKwFYL7P-8">
+             <mxGeometry relative="1" as="geometry">
+               <mxPoint as="offset" />
+               <Array as="points">
+                 <mxPoint x="740" y="750" />
+               </Array>
+             </mxGeometry>
+           </mxCell>
+         </UserObject>
+         <UserObject label="Phiếu khám, Số thứ tự, Đơn thuốc" mermaidId="e:SYS-&gt;BN#0" mermaidBaseStyle="curved=1;startArrow=none;endArrow=block;endSize=7;strokeColor=light-dark(#333333,#cccccc);html=1;fontSize=16;labelBackgroundColor=light-dark(#E8E8E88D,#2a2a2a8D);fontFamily=Trebuchet MS,Verdana,Arial,sans-serif;fontColor=light-dark(#333333,#cccccc);exitX=0;exitY=0.43333333333333335;exitDx=0;exitDy=0;entryX=1;entryY=0.16666666666666669;entryDx=0;entryDy=0;curved=1;exitX=0;exitY=0.43;entryX=1;entryY=0.17;" mermaidBaseValue="Phiếu khám, Số thứ tự, Đơn thuốc" id="tqPUegxz4M0RNKwFYL7P-10">
+           <mxCell edge="1" parent="tqPUegxz4M0RNKwFYL7P-1" source="tqPUegxz4M0RNKwFYL7P-8" style="curved=1;startArrow=none;endArrow=block;endSize=7;strokeColor=light-dark(#333333,#cccccc);html=1;fontSize=16;labelBackgroundColor=light-dark(#E8E8E88D,#2a2a2a8D);fontFamily=Trebuchet MS,Verdana,Arial,sans-serif;fontColor=light-dark(#333333,#cccccc);exitX=0;exitY=0.43;exitDx=0;exitDy=0;entryX=1;entryY=0.17;entryDx=0;entryDy=0;rounded=0;" target="tqPUegxz4M0RNKwFYL7P-2">
+             <mxGeometry relative="1" as="geometry">
+               <mxPoint as="offset" />
+               <Array as="points">
+                 <mxPoint x="740" y="481" />
+               </Array>
+             </mxGeometry>
+           </mxCell>
+         </UserObject>
+         <UserObject label="Nhập dữ liệu đăng ký, Phân luồng" mermaidId="e:NVTN-&gt;SYS#0" mermaidBaseStyle="curved=1;startArrow=none;endArrow=block;endSize=7;strokeColor=light-dark(#333333,#cccccc);html=1;fontSize=16;labelBackgroundColor=light-dark(#E8E8E88D,#2a2a2a8D);fontFamily=Trebuchet MS,Verdana,Arial,sans-serif;fontColor=light-dark(#333333,#cccccc);exitX=0;exitY=0.8333333333333333;exitDx=0;exitDy=0;entryX=1;entryY=0.5666666666666667;entryDx=0;entryDy=0;curved=1;exitX=0;exitY=0.83;entryX=1;entryY=0.57;" mermaidBaseValue="Nhập dữ liệu đăng ký, Phân luồng" id="tqPUegxz4M0RNKwFYL7P-11">
+           <mxCell edge="1" parent="tqPUegxz4M0RNKwFYL7P-1" source="tqPUegxz4M0RNKwFYL7P-4" style="curved=1;startArrow=none;endArrow=block;endSize=7;strokeColor=light-dark(#333333,#cccccc);html=1;fontSize=16;labelBackgroundColor=light-dark(#E8E8E88D,#2a2a2a8D);fontFamily=Trebuchet MS,Verdana,Arial,sans-serif;fontColor=light-dark(#333333,#cccccc);exitX=0;exitY=0.83;exitDx=0;exitDy=0;entryX=1;entryY=0.57;entryDx=0;entryDy=0;rounded=0;" target="tqPUegxz4M0RNKwFYL7P-8">
+             <mxGeometry relative="1" as="geometry">
+               <mxPoint as="offset" />
+               <Array as="points">
+                 <mxPoint x="1297" y="672" />
+               </Array>
+             </mxGeometry>
+           </mxCell>
+         </UserObject>
+         <UserObject label="Thông báo tiếp nhận thành công" mermaidId="e:SYS-&gt;NVTN#0" mermaidBaseStyle="curved=1;startArrow=none;endArrow=block;endSize=7;strokeColor=light-dark(#333333,#cccccc);html=1;fontSize=16;labelBackgroundColor=light-dark(#E8E8E88D,#2a2a2a8D);fontFamily=Trebuchet MS,Verdana,Arial,sans-serif;fontColor=light-dark(#333333,#cccccc);exitX=1;exitY=0.43333333333333335;exitDx=0;exitDy=0;entryX=0;entryY=0.16666666666666669;entryDx=0;entryDy=0;curved=1;exitX=1;exitY=0.43;entryX=0;entryY=0.17;" mermaidBaseValue="Thông báo tiếp nhận thành công" id="tqPUegxz4M0RNKwFYL7P-12">
+           <mxCell edge="1" parent="tqPUegxz4M0RNKwFYL7P-1" source="tqPUegxz4M0RNKwFYL7P-8" style="curved=1;startArrow=none;endArrow=block;endSize=7;strokeColor=light-dark(#333333,#cccccc);html=1;fontSize=16;labelBackgroundColor=light-dark(#E8E8E88D,#2a2a2a8D);fontFamily=Trebuchet MS,Verdana,Arial,sans-serif;fontColor=light-dark(#333333,#cccccc);exitX=1;exitY=0.43;exitDx=0;exitDy=0;entryX=0;entryY=0.17;entryDx=0;entryDy=0;rounded=0;" target="tqPUegxz4M0RNKwFYL7P-4">
+             <mxGeometry relative="1" as="geometry">
+               <mxPoint as="offset" />
+               <Array as="points">
+                 <mxPoint x="1297" y="410" />
+               </Array>
+             </mxGeometry>
+           </mxCell>
+         </UserObject>
+         <UserObject label="Triệu chứng, Chỉ định CLS, Chẩn đoán, Đơn thuốc" mermaidId="e:BS-&gt;SYS#0" mermaidBaseStyle="curved=1;startArrow=none;endArrow=block;endSize=7;strokeColor=light-dark(#333333,#cccccc);html=1;fontSize=16;labelBackgroundColor=light-dark(#E8E8E88D,#2a2a2a8D);fontFamily=Trebuchet MS,Verdana,Arial,sans-serif;fontColor=light-dark(#333333,#cccccc);exitX=0;exitY=0.8333333333333333;exitDx=0;exitDy=0;entryX=1;entryY=0.5666666666666667;entryDx=0;entryDy=0;curved=1;exitX=0;exitY=0.83;entryX=1;entryY=0.57;" mermaidBaseValue="Triệu chứng, Chỉ định CLS, Chẩn đoán, Đơn thuốc" id="tqPUegxz4M0RNKwFYL7P-13">
+           <mxCell edge="1" parent="tqPUegxz4M0RNKwFYL7P-1" source="tqPUegxz4M0RNKwFYL7P-5" style="curved=1;startArrow=none;endArrow=block;endSize=7;strokeColor=light-dark(#333333,#cccccc);html=1;fontSize=16;labelBackgroundColor=light-dark(#E8E8E88D,#2a2a2a8D);fontFamily=Trebuchet MS,Verdana,Arial,sans-serif;fontColor=light-dark(#333333,#cccccc);exitX=0;exitY=0.83;exitDx=0;exitDy=0;entryX=1;entryY=0.57;entryDx=0;entryDy=0;rounded=0;" target="tqPUegxz4M0RNKwFYL7P-8">
+             <mxGeometry relative="1" as="geometry">
+               <mxPoint as="offset" />
+               <Array as="points">
+                 <mxPoint x="1324" y="774" />
+               </Array>
+             </mxGeometry>
+           </mxCell>
+         </UserObject>
+         <UserObject label="Lịch sử bệnh án, Kết quả CLS" mermaidId="e:SYS-&gt;BS#0" mermaidBaseStyle="curved=1;startArrow=none;endArrow=block;endSize=7;strokeColor=light-dark(#333333,#cccccc);html=1;fontSize=16;labelBackgroundColor=light-dark(#E8E8E88D,#2a2a2a8D);fontFamily=Trebuchet MS,Verdana,Arial,sans-serif;fontColor=light-dark(#333333,#cccccc);exitX=1;exitY=0.43333333333333335;exitDx=0;exitDy=0;entryX=0;entryY=0.16666666666666669;entryDx=0;entryDy=0;curved=1;exitX=1;exitY=0.43;entryX=0;entryY=0.17;" mermaidBaseValue="Lịch sử bệnh án, Kết quả CLS" id="tqPUegxz4M0RNKwFYL7P-14">
+           <mxCell edge="1" parent="tqPUegxz4M0RNKwFYL7P-1" source="tqPUegxz4M0RNKwFYL7P-8" style="curved=1;startArrow=none;endArrow=block;endSize=7;strokeColor=light-dark(#333333,#cccccc);html=1;fontSize=16;labelBackgroundColor=light-dark(#E8E8E88D,#2a2a2a8D);fontFamily=Trebuchet MS,Verdana,Arial,sans-serif;fontColor=light-dark(#333333,#cccccc);exitX=1;exitY=0.43;exitDx=0;exitDy=0;entryX=0;entryY=0.17;entryDx=0;entryDy=0;rounded=0;" target="tqPUegxz4M0RNKwFYL7P-5">
+             <mxGeometry relative="1" as="geometry">
+               <mxPoint as="offset" />
+               <Array as="points">
+                 <mxPoint x="1324" y="465" />
+               </Array>
+             </mxGeometry>
+           </mxCell>
+         </UserObject>
+         <UserObject label="Kết quả Xét nghiệm, Hình ảnh CĐHA" mermaidId="e:CLS-&gt;SYS#0" mermaidBaseStyle="curved=1;startArrow=none;endArrow=block;endSize=7;strokeColor=light-dark(#333333,#cccccc);html=1;fontSize=16;labelBackgroundColor=light-dark(#E8E8E88D,#2a2a2a8D);fontFamily=Trebuchet MS,Verdana,Arial,sans-serif;fontColor=light-dark(#333333,#cccccc);exitX=0;exitY=0.8333333333333333;exitDx=0;exitDy=0;entryX=1;entryY=0.5666666666666667;entryDx=0;entryDy=0;curved=1;exitX=0;exitY=0.83;entryX=1;entryY=0.57;" mermaidBaseValue="Kết quả Xét nghiệm, Hình ảnh CĐHA" id="tqPUegxz4M0RNKwFYL7P-15">
+           <mxCell edge="1" parent="tqPUegxz4M0RNKwFYL7P-1" source="tqPUegxz4M0RNKwFYL7P-6" style="curved=1;startArrow=none;endArrow=block;endSize=7;strokeColor=light-dark(#333333,#cccccc);html=1;fontSize=16;labelBackgroundColor=light-dark(#E8E8E88D,#2a2a2a8D);fontFamily=Trebuchet MS,Verdana,Arial,sans-serif;fontColor=light-dark(#333333,#cccccc);exitX=0;exitY=0.83;exitDx=0;exitDy=0;entryX=1;entryY=0.57;entryDx=0;entryDy=0;rounded=0;" target="tqPUegxz4M0RNKwFYL7P-8">
+             <mxGeometry relative="1" as="geometry">
+               <mxPoint as="offset" />
+               <Array as="points">
+                 <mxPoint x="1300" y="771" />
+               </Array>
+             </mxGeometry>
+           </mxCell>
+         </UserObject>
+         <UserObject label="Phiếu yêu cầu CLS" mermaidId="e:SYS-&gt;CLS#0" mermaidBaseStyle="curved=1;startArrow=none;endArrow=block;endSize=7;strokeColor=light-dark(#333333,#cccccc);html=1;fontSize=16;labelBackgroundColor=light-dark(#E8E8E88D,#2a2a2a8D);fontFamily=Trebuchet MS,Verdana,Arial,sans-serif;fontColor=light-dark(#333333,#cccccc);exitX=1;exitY=0.43333333333333335;exitDx=0;exitDy=0;entryX=0;entryY=0.16666666666666669;entryDx=0;entryDy=0;curved=1;exitX=1;exitY=0.43;entryX=0;entryY=0.17;" mermaidBaseValue="Phiếu yêu cầu CLS" id="tqPUegxz4M0RNKwFYL7P-16">
+           <mxCell edge="1" parent="tqPUegxz4M0RNKwFYL7P-1" source="tqPUegxz4M0RNKwFYL7P-8" style="curved=1;startArrow=none;endArrow=block;endSize=7;strokeColor=light-dark(#333333,#cccccc);html=1;fontSize=16;labelBackgroundColor=light-dark(#E8E8E88D,#2a2a2a8D);fontFamily=Trebuchet MS,Verdana,Arial,sans-serif;fontColor=light-dark(#333333,#cccccc);exitX=1;exitY=0.43;exitDx=0;exitDy=0;entryX=0;entryY=0.17;entryDx=0;entryDy=0;rounded=0;" target="tqPUegxz4M0RNKwFYL7P-6">
+             <mxGeometry relative="1" as="geometry">
+               <mxPoint as="offset" />
+               <Array as="points">
+                 <mxPoint x="1300" y="550" />
+               </Array>
+             </mxGeometry>
+           </mxCell>
+         </UserObject>
+         <UserObject label="Xác nhận cấp phát thuốc, Tồn kho" mermaidId="e:KD-&gt;SYS#0" mermaidBaseStyle="curved=1;startArrow=none;endArrow=block;endSize=7;strokeColor=light-dark(#333333,#cccccc);html=1;fontSize=16;labelBackgroundColor=light-dark(#E8E8E88D,#2a2a2a8D);fontFamily=Trebuchet MS,Verdana,Arial,sans-serif;fontColor=light-dark(#333333,#cccccc);exitX=0;exitY=0.8333333333333333;exitDx=0;exitDy=0;entryX=1;entryY=0.5666666666666667;entryDx=0;entryDy=0;curved=1;exitX=0;exitY=0.83;entryX=1;entryY=0.57;" mermaidBaseValue="Xác nhận cấp phát thuốc, Tồn kho" id="tqPUegxz4M0RNKwFYL7P-17">
+           <mxCell edge="1" parent="tqPUegxz4M0RNKwFYL7P-1" source="tqPUegxz4M0RNKwFYL7P-7" style="curved=1;startArrow=none;endArrow=block;endSize=7;strokeColor=light-dark(#333333,#cccccc);html=1;fontSize=16;labelBackgroundColor=light-dark(#E8E8E88D,#2a2a2a8D);fontFamily=Trebuchet MS,Verdana,Arial,sans-serif;fontColor=light-dark(#333333,#cccccc);exitX=0;exitY=0.83;exitDx=0;exitDy=0;entryX=1;entryY=0.57;entryDx=0;entryDy=0;rounded=0;" target="tqPUegxz4M0RNKwFYL7P-8">
+             <mxGeometry relative="1" as="geometry">
+               <mxPoint as="offset" />
+               <Array as="points">
+                 <mxPoint x="1314" y="809" />
+               </Array>
+             </mxGeometry>
+           </mxCell>
+         </UserObject>
+         <UserObject label="Đơn thuốc điện tử" mermaidId="e:SYS-&gt;KD#0" mermaidBaseStyle="curved=1;startArrow=none;endArrow=block;endSize=7;strokeColor=light-dark(#333333,#cccccc);html=1;fontSize=16;labelBackgroundColor=light-dark(#E8E8E88D,#2a2a2a8D);fontFamily=Trebuchet MS,Verdana,Arial,sans-serif;fontColor=light-dark(#333333,#cccccc);exitX=1;exitY=0.43333333333333335;exitDx=0;exitDy=0;entryX=0;entryY=0.16666666666666669;entryDx=0;entryDy=0;curved=1;exitX=1;exitY=0.43;entryX=0;entryY=0.17;" mermaidBaseValue="Đơn thuốc điện tử" id="tqPUegxz4M0RNKwFYL7P-18">
+           <mxCell edge="1" parent="tqPUegxz4M0RNKwFYL7P-1" source="tqPUegxz4M0RNKwFYL7P-8" style="curved=1;startArrow=none;endArrow=block;endSize=7;strokeColor=light-dark(#333333,#cccccc);html=1;fontSize=16;labelBackgroundColor=light-dark(#E8E8E88D,#2a2a2a8D);fontFamily=Trebuchet MS,Verdana,Arial,sans-serif;fontColor=light-dark(#333333,#cccccc);exitX=1;exitY=0.43;exitDx=0;exitDy=0;entryX=0;entryY=0.17;entryDx=0;entryDy=0;rounded=0;" target="tqPUegxz4M0RNKwFYL7P-7">
+             <mxGeometry relative="1" as="geometry">
+               <mxPoint as="offset" />
+               <Array as="points">
+                 <mxPoint x="1314" y="594" />
+               </Array>
+             </mxGeometry>
+           </mxCell>
+         </UserObject>
+         <UserObject label="Dữ liệu bệnh án, Báo cáo thống kê" mermaidId="e:SYS-&gt;BYT#0" mermaidBaseStyle="curved=1;startArrow=none;endArrow=block;endSize=7;strokeColor=light-dark(#333333,#cccccc);html=1;fontSize=16;labelBackgroundColor=light-dark(#E8E8E88D,#2a2a2a8D);fontFamily=Trebuchet MS,Verdana,Arial,sans-serif;fontColor=light-dark(#333333,#cccccc);exitX=1;exitY=0.83;entryX=0;entryY=0.49;" mermaidBaseValue="Dữ liệu bệnh án, Báo cáo thống kê" id="tqPUegxz4M0RNKwFYL7P-19">
+           <mxCell edge="1" parent="tqPUegxz4M0RNKwFYL7P-1" source="tqPUegxz4M0RNKwFYL7P-8" style="curved=1;startArrow=none;endArrow=block;endSize=7;strokeColor=light-dark(#333333,#cccccc);html=1;fontSize=16;labelBackgroundColor=light-dark(#E8E8E88D,#2a2a2a8D);fontFamily=Trebuchet MS,Verdana,Arial,sans-serif;fontColor=light-dark(#333333,#cccccc);exitX=1;exitY=0.83;entryX=0;entryY=0.49;rounded=0;" target="tqPUegxz4M0RNKwFYL7P-3">
+             <mxGeometry relative="1" as="geometry">
+               <Array as="points">
+                 <mxPoint x="1288" y="815" />
+               </Array>
+             </mxGeometry>
+           </mxCell>
+         </UserObject>
      </root>
    </mxGraphModel>
  </diagram>
</mxfile>
